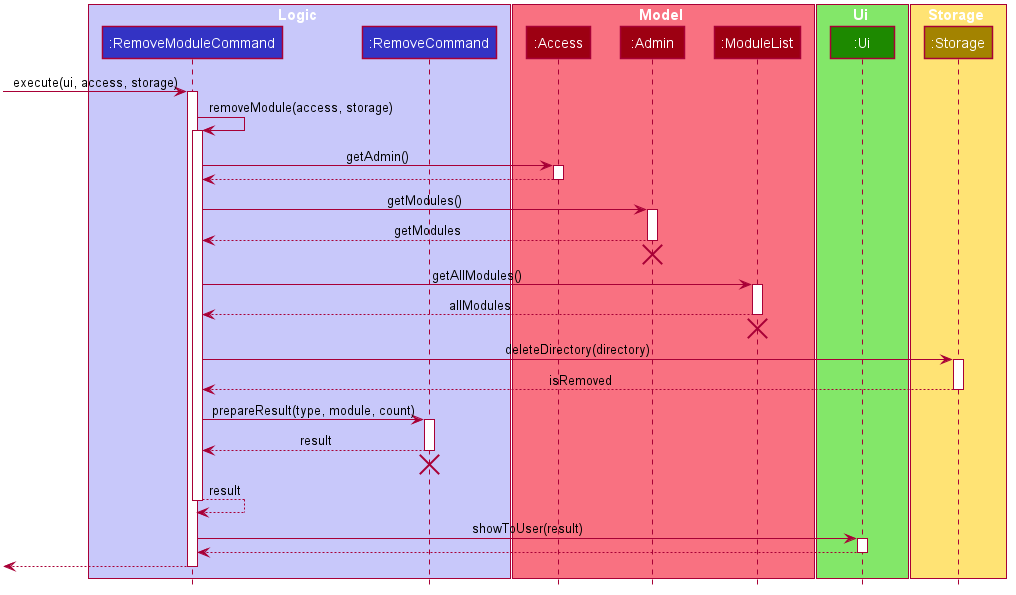
Above: docs/DG_Images/removemod_seq_diagram.png in nus-cs2113-AY2021S1/tp (PlantUML), before the change.
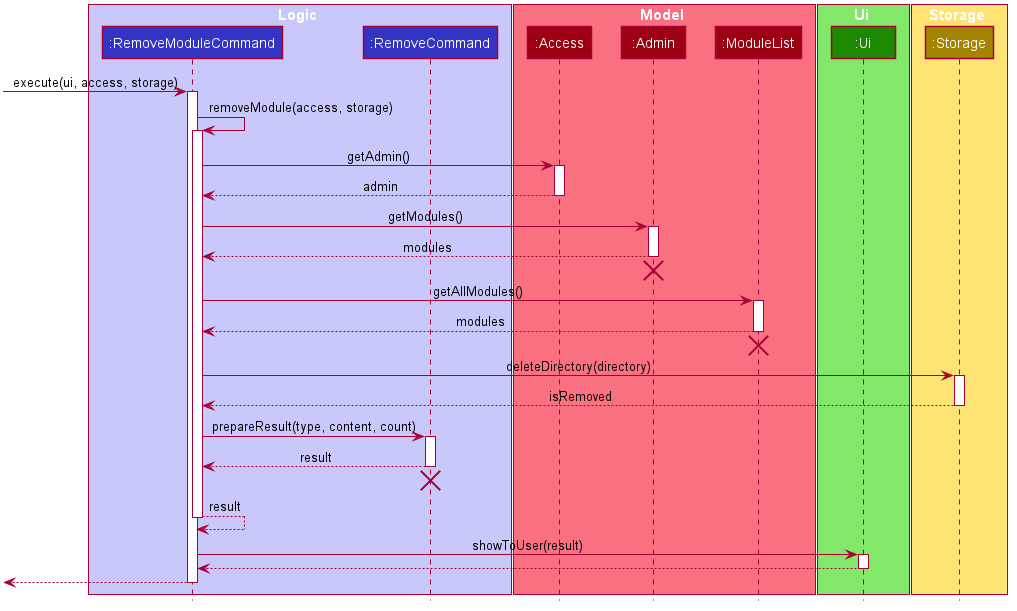
After the change.

What changed in the source:
```diff
@@ -73,17 +73,17 @@
 activate RemoveModuleCommand
 RemoveModuleCommand -> Access : getAdmin()
 activate Access
-RemoveModuleCommand <-- Access
+RemoveModuleCommand <-- Access : admin
 deactivate Access
 RemoveModuleCommand -> Admin : getModules()
 activate Admin
-RemoveModuleCommand <-- Admin : getModules
+RemoveModuleCommand <-- Admin : modules
 deactivate Admin
 [<-[hidden]- Admin
 destroy Admin
 RemoveModuleCommand -> ModuleList : getAllModules()
 activate ModuleList
-RemoveModuleCommand <-- ModuleList : allModules
+RemoveModuleCommand <-- ModuleList : modules
 deactivate ModuleList
 [<-[hidden]- ModuleList
 destroy ModuleList
@@ -91,7 +91,7 @@
 activate Storage
 RemoveModuleCommand <-- Storage : isRemoved
 deactivate Storage
-RemoveModuleCommand -> RemoveCommand : prepareResult(type, module, count)
+RemoveModuleCommand -> RemoveCommand : prepareResult(type, content, count)
 activate RemoveCommand
 RemoveModuleCommand <-- RemoveCommand : result
 deactivate RemoveCommand
```
